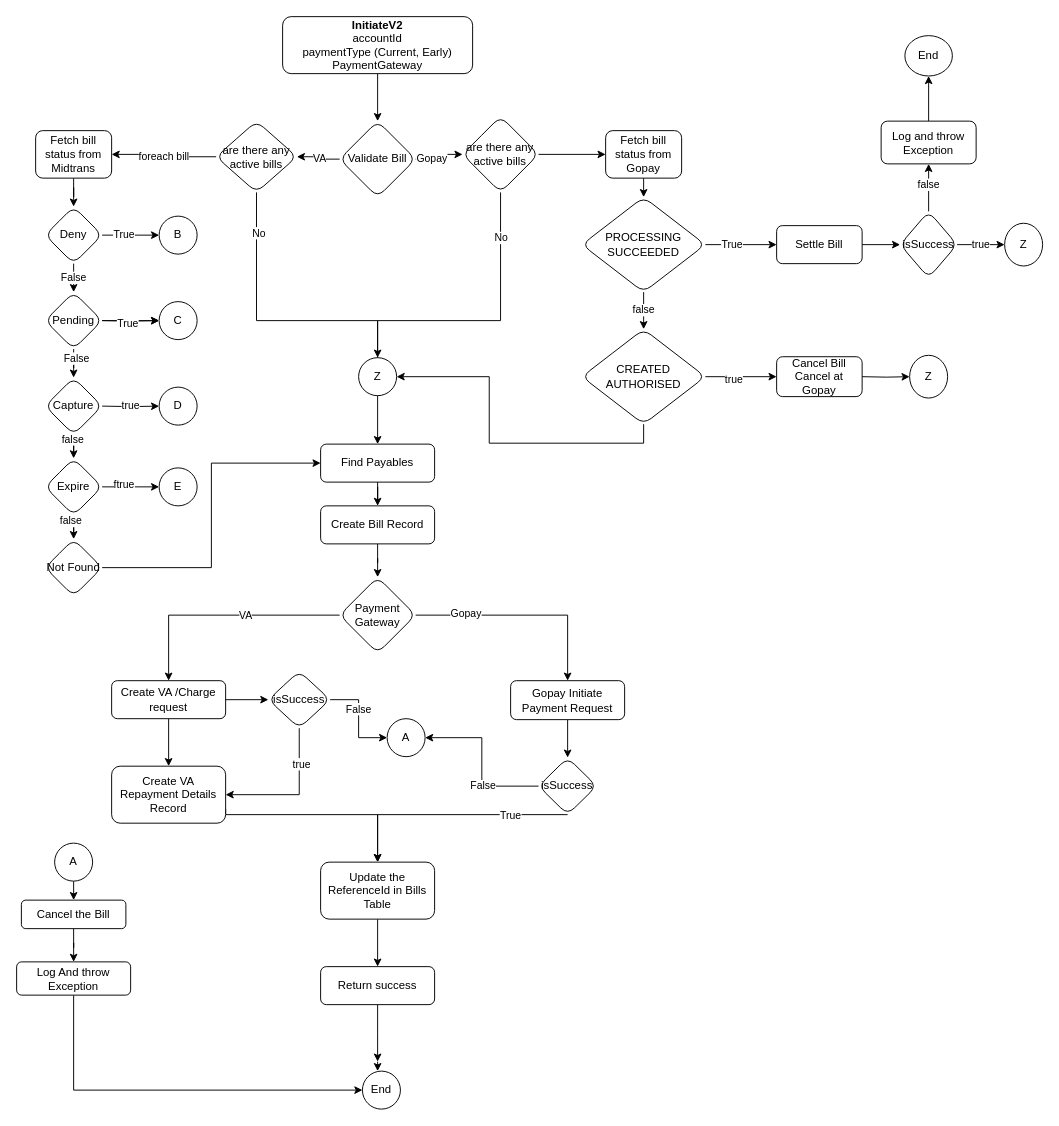
Before: Untitled Diagram.drawio in mmritesh/demo, a draw.io diagram. Source tidied: cells renumbered, new cells numbered last; positions are measured from the earlier drawing's top-left corner, leaving out a move shared by most shapes. Both pictures are drawn from the tidied source at 95%, with x=0, y=0 at pixel (16, 16).
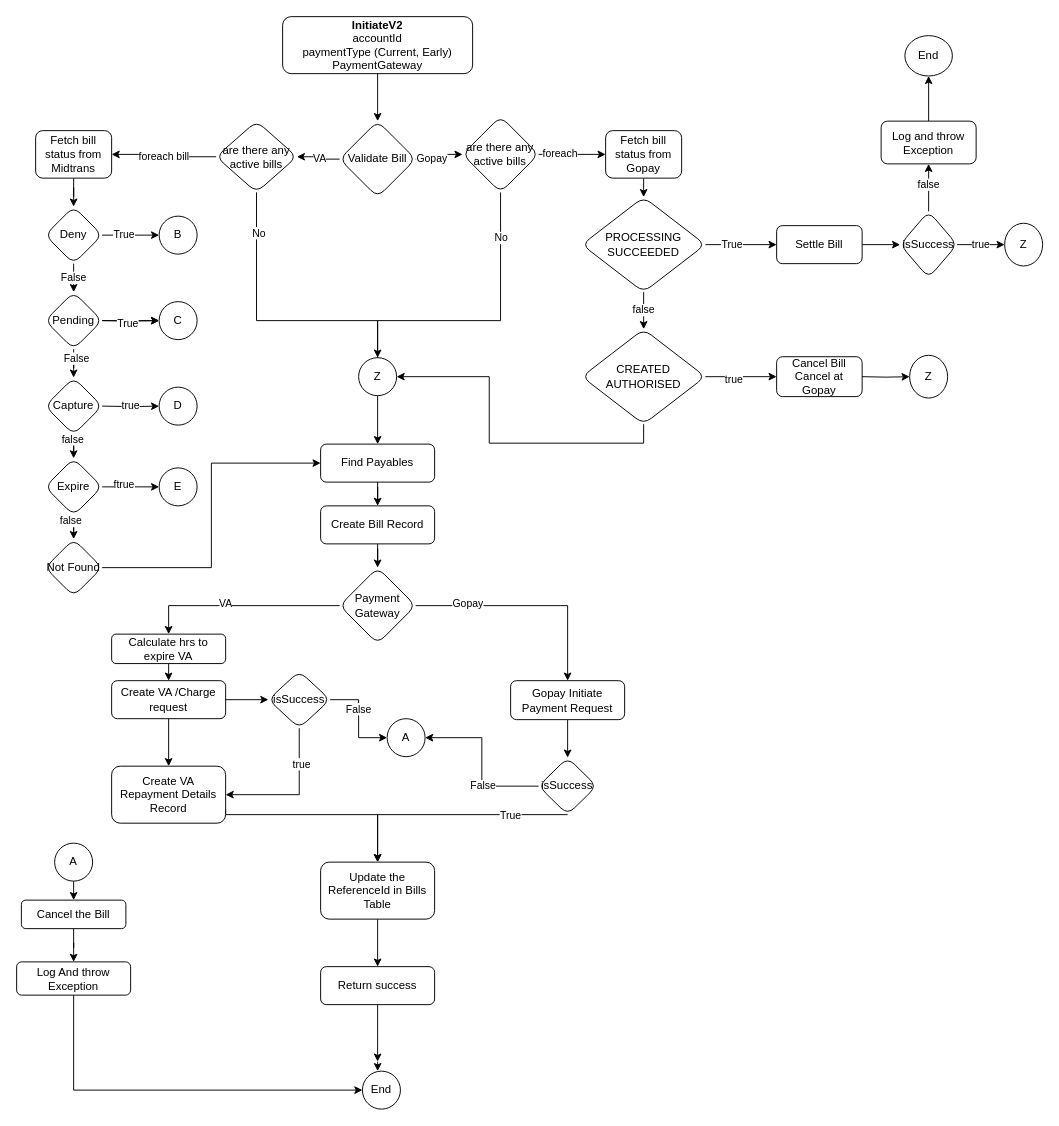
The same diagram, later.

Unchanged cells that the change refers to:
```xml
<mxCell id="10" style="edgeStyle=orthogonalEdgeStyle;rounded=0;jettySize=auto;html=1;exitX=1;exitY=0.5;exitDx=0;exitDy=0;entryX=0;entryY=0.5;entryDx=0;entryDy=0;" parent="1" edge="1" source="11" target="82">
  <mxGeometry relative="1" as="geometry" />
</mxCell>
<mxCell id="14" value="Create VA /Charge request" style="whiteSpace=wrap;html=1;rounded=1;shadow=0;strokeWidth=1;glass=0;" parent="1" vertex="1">
  <mxGeometry x="100" y="699" width="120" height="40" as="geometry" />
</mxCell>
```

Change to the diagram source:
```diff
@@
+    <mxCell id="107" value="foreach" style="edgeLabel;html=1;align=center;verticalAlign=middle;" parent="10" vertex="1">
+      <mxGeometry x="-0.39" y="2" relative="1" as="geometry" />
+    </mxCell>
@@
-    <mxCell id="35" style="edgeStyle=orthogonalEdgeStyle;rounded=0;jettySize=auto;html=1;exitX=0;exitY=0.5;exitDx=0;exitDy=0;entryX=0.5;entryY=0;entryDx=0;entryDy=0;" parent="1" edge="1" source="39" target="14">
-      <mxGeometry relative="1" as="geometry" />
-    </mxCell>
-    <mxCell id="36" value="VA" style="edgeLabel;html=1;align=center;verticalAlign=middle;" parent="35" vertex="1">
-      <mxGeometry x="-0.2" relative="1" as="geometry" />
-    </mxCell>
@@
+    <mxCell id="108" style="edgeStyle=orthogonalEdgeStyle;rounded=0;jettySize=auto;html=1;exitX=0;exitY=0.5;exitDx=0;exitDy=0;entryX=0.5;entryY=0;entryDx=0;entryDy=0;" parent="1" edge="1" source="39" target="110">
+      <mxGeometry relative="1" as="geometry" />
+    </mxCell>
+    <mxCell id="36" value="VA" style="edgeLabel;html=1;align=center;verticalAlign=middle;" parent="108" vertex="1">
+      <mxGeometry x="0.15" y="-3" relative="1" as="geometry" />
+    </mxCell>
     <mxCell id="39" value="Payment&lt;br&gt;Gateway" style="rhombus;whiteSpace=wrap;html=1;rounded=1;shadow=0;strokeWidth=1;glass=0;" parent="1" vertex="1">
-      <mxGeometry x="340" y="590" width="80" height="80" as="geometry" />
+      <mxGeometry x="340" y="580" width="80" height="80" as="geometry" />
     </mxCell>
@@
+    <mxCell id="109" style="edgeStyle=orthogonalEdgeStyle;rounded=0;jettySize=auto;html=1;exitX=0.5;exitY=1;exitDx=0;exitDy=0;entryX=0.5;entryY=0;entryDx=0;entryDy=0;" parent="1" edge="1" source="110" target="14">
+      <mxGeometry relative="1" as="geometry" />
+    </mxCell>
+    <mxCell id="110" value="Calculate hrs to expire VA" style="rounded=1;whiteSpace=wrap;html=1;" parent="1" vertex="1">
+      <mxGeometry x="100" y="650" width="120" height="31" as="geometry" />
+    </mxCell>
```
